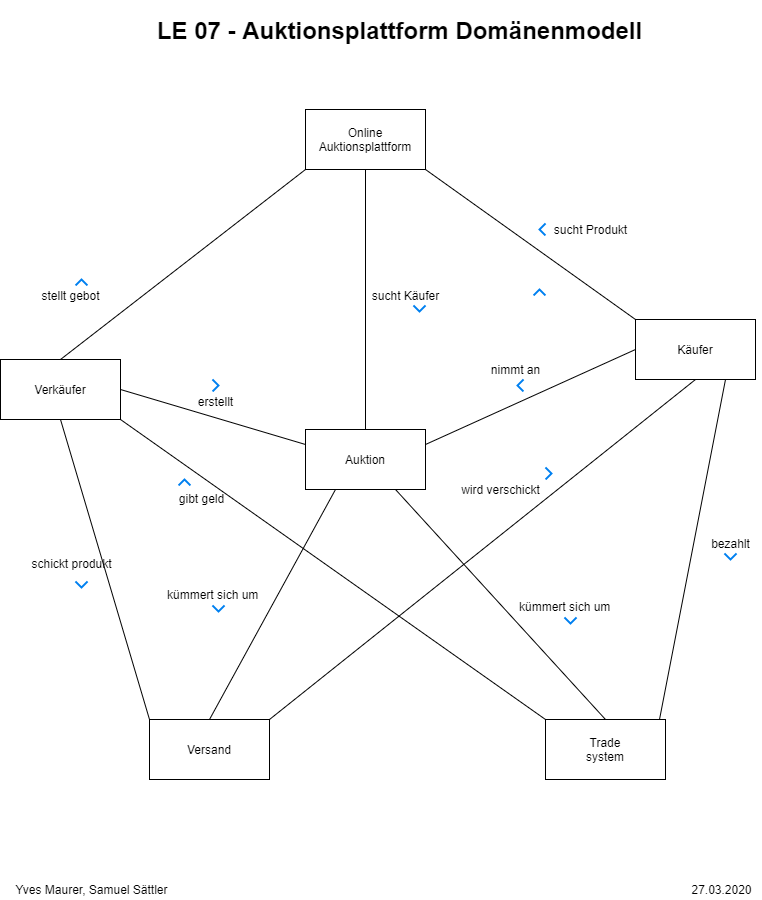
This is LE07/LE07.png from samuelsaettler/uek_MaurerSaettler, a draw.io export, as it was before one commit. Source tidied: cells renumbered, new cells last; positions are measured from the earlier drawing's top-left corner, leaving out a move shared by most shapes.
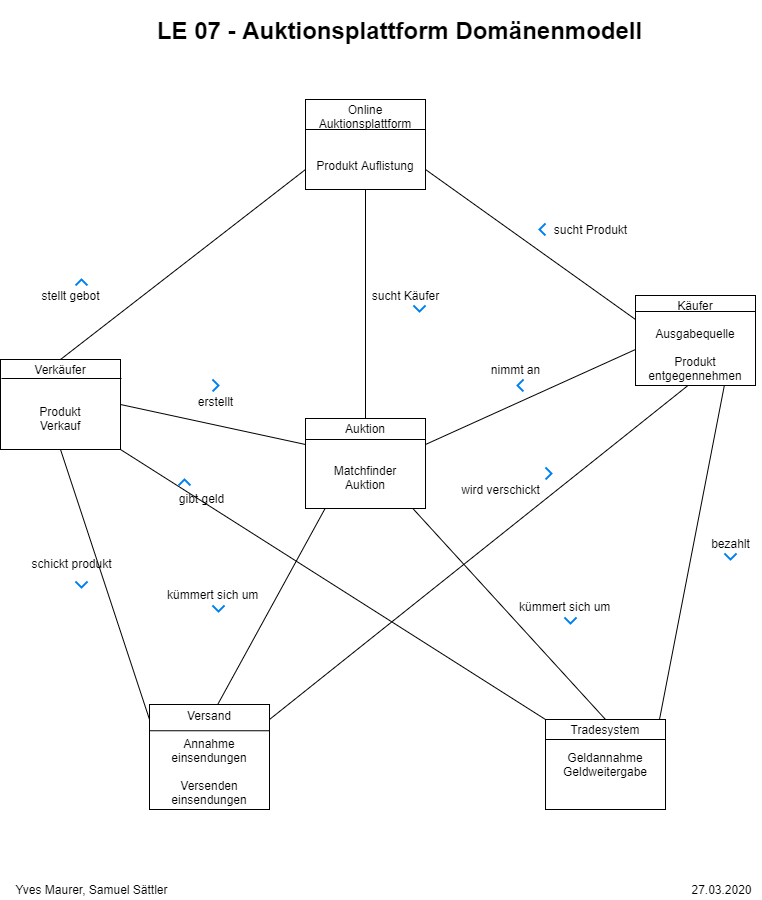
After the commit.

What changed in the source:
```diff
@@ -2,47 +2,37 @@
   <root>
     <mxCell id="0" />
     <mxCell id="1" parent="0" />
-    <mxCell id="2" value="Online Auktionsplattform" style="rounded=0;whiteSpace=wrap;html=1;" parent="1" vertex="1">
-      <mxGeometry x="305" y="104" width="120" height="60" as="geometry" />
-    </mxCell>
-    <mxCell id="3" value="Verkäufer" style="rounded=0;whiteSpace=wrap;html=1;" parent="1" vertex="1">
-      <mxGeometry y="354" width="120" height="60" as="geometry" />
+    <mxCell id="3" value="Verkäufer&lt;br&gt;&lt;br&gt;&lt;br&gt;Produkt&lt;br&gt;Verkauf&lt;br&gt;&lt;br&gt;" style="rounded=0;whiteSpace=wrap;html=1;" parent="1" vertex="1">
+      <mxGeometry y="354" width="120" height="90" as="geometry" />
     </mxCell>
-    <mxCell id="4" style="endArrow=none;html=1;exitX=0.5;exitY=0;exitDx=0;exitDy=0;entryX=0;entryY=1;entryDx=0;entryDy=0;" parent="1" edge="1" source="3" target="2">
-      <mxGeometry relative="1" as="geometry" />
+    <mxCell id="4" style="endArrow=none;html=1;exitX=0.5;exitY=0;exitDx=0;exitDy=0;entryX=0;entryY=1;entryDx=0;entryDy=0;" parent="1" edge="1" source="3">
+      <mxGeometry relative="1" as="geometry">
+        <mxPoint x="305" y="164" as="targetPoint" />
+      </mxGeometry>
     </mxCell>
-    <mxCell id="5" value="Käufer" style="rounded=0;whiteSpace=wrap;html=1;" parent="1" vertex="1">
-      <mxGeometry x="635" y="314" width="120" height="60" as="geometry" />
-    </mxCell>
-    <mxCell id="6" style="endArrow=none;html=1;exitX=1;exitY=1;exitDx=0;exitDy=0;entryX=0;entryY=0;entryDx=0;entryDy=0;" parent="1" edge="1" source="2" target="5">
-      <mxGeometry relative="1" as="geometry" />
+    <mxCell id="6" style="endArrow=none;html=1;exitX=1;exitY=1;exitDx=0;exitDy=0;entryX=0;entryY=0;entryDx=0;entryDy=0;" parent="1" edge="1">
+      <mxGeometry relative="1" as="geometry">
+        <mxPoint x="425" y="164" as="sourcePoint" />
+        <mxPoint x="635" y="314" as="targetPoint" />
+      </mxGeometry>
     </mxCell>
-    <mxCell id="7" value="Trade&lt;br&gt;system" style="rounded=0;whiteSpace=wrap;html=1;" parent="1" vertex="1">
-      <mxGeometry x="545" y="714" width="120" height="60" as="geometry" />
-    </mxCell>
-    <mxCell id="8" value="Versand" style="rounded=0;whiteSpace=wrap;html=1;" parent="1" vertex="1">
-      <mxGeometry x="149" y="714" width="120" height="60" as="geometry" />
-    </mxCell>
     <mxCell id="9" value="stellt gebot" style="text;html=1;align=center;verticalAlign=middle;" parent="1" vertex="1">
       <mxGeometry x="35" y="280" width="70" height="20" as="geometry" />
     </mxCell>
     <mxCell id="10" style="html=1;verticalLabelPosition=bottom;labelBackgroundColor=#ffffff;verticalAlign=top;shadow=0;dashed=0;strokeWidth=2;shape=mxgraph.ios7.misc.up;strokeColor=#0080f0;" parent="1" vertex="1">
       <mxGeometry x="75" y="274" width="12" height="6" as="geometry" />
     </mxCell>
-    <mxCell id="11" style="html=1;verticalLabelPosition=bottom;labelBackgroundColor=#ffffff;verticalAlign=top;shadow=0;dashed=0;strokeWidth=2;shape=mxgraph.ios7.misc.up;strokeColor=#0080f0;" parent="1" vertex="1">
-      <mxGeometry x="533" y="284" width="12" height="6" as="geometry" />
-    </mxCell>
     <mxCell id="12" value="sucht Produkt" style="text;html=1;align=center;verticalAlign=middle;" parent="1" vertex="1">
       <mxGeometry x="545" y="214" width="90" height="20" as="geometry" />
     </mxCell>
     <mxCell id="13" style="html=1;verticalLabelPosition=bottom;labelBackgroundColor=#ffffff;verticalAlign=top;shadow=0;dashed=0;strokeWidth=2;shape=mxgraph.ios7.misc.left;strokeColor=#0080f0;" parent="1" vertex="1">
       <mxGeometry x="539" y="218" width="6" height="12" as="geometry" />
     </mxCell>
-    <mxCell id="14" value="Auktion" style="rounded=0;whiteSpace=wrap;html=1;" parent="1" vertex="1">
-      <mxGeometry x="305" y="424" width="120" height="60" as="geometry" />
-    </mxCell>
-    <mxCell id="15" style="endArrow=none;html=1;entryX=0.5;entryY=1;entryDx=0;entryDy=0;exitX=0.5;exitY=0;exitDx=0;exitDy=0;" parent="1" edge="1" source="14" target="2">
-      <mxGeometry relative="1" as="geometry" />
+    <mxCell id="15" style="endArrow=none;html=1;entryX=0.5;entryY=1;entryDx=0;entryDy=0;exitX=0.5;exitY=0;exitDx=0;exitDy=0;" parent="1" edge="1">
+      <mxGeometry relative="1" as="geometry">
+        <mxPoint x="365" y="424" as="sourcePoint" />
+        <mxPoint x="365" y="164" as="targetPoint" />
+      </mxGeometry>
     </mxCell>
     <mxCell id="16" value="sucht Käufer" style="text;html=1;align=center;verticalAlign=middle;" parent="1" vertex="1">
       <mxGeometry x="365" y="280" width="80" height="20" as="geometry" />
@@ -50,14 +40,19 @@
     <mxCell id="17" style="html=1;verticalLabelPosition=bottom;labelBackgroundColor=#ffffff;verticalAlign=top;shadow=0;dashed=0;strokeWidth=2;shape=mxgraph.ios7.misc.down;strokeColor=#0080f0;" parent="1" vertex="1">
       <mxGeometry x="413" y="300" width="12" height="6" as="geometry" />
     </mxCell>
-    <mxCell id="18" style="endArrow=none;html=1;exitX=1;exitY=0.25;exitDx=0;exitDy=0;entryX=0;entryY=0.5;entryDx=0;entryDy=0;" parent="1" edge="1" source="14" target="5">
-      <mxGeometry relative="1" as="geometry" />
+    <mxCell id="18" style="endArrow=none;html=1;exitX=1;exitY=0.25;exitDx=0;exitDy=0;entryX=0;entryY=0.5;entryDx=0;entryDy=0;" parent="1" edge="1">
+      <mxGeometry relative="1" as="geometry">
+        <mxPoint x="425" y="439" as="sourcePoint" />
+        <mxPoint x="635" y="344" as="targetPoint" />
+      </mxGeometry>
     </mxCell>
     <mxCell id="19" value="nimmt an" style="text;html=1;align=center;verticalAlign=middle;" parent="1" vertex="1">
       <mxGeometry x="485" y="354" width="60" height="20" as="geometry" />
     </mxCell>
-    <mxCell id="20" style="endArrow=none;html=1;exitX=1;exitY=0.5;exitDx=0;exitDy=0;entryX=0;entryY=0.25;entryDx=0;entryDy=0;" parent="1" edge="1" source="3" target="14">
-      <mxGeometry relative="1" as="geometry" />
+    <mxCell id="20" style="endArrow=none;html=1;exitX=1;exitY=0.5;exitDx=0;exitDy=0;entryX=0;entryY=0.25;entryDx=0;entryDy=0;" parent="1" edge="1" source="3">
+      <mxGeometry relative="1" as="geometry">
+        <mxPoint x="305" y="439" as="targetPoint" />
+      </mxGeometry>
     </mxCell>
     <mxCell id="21" value="erstellt" style="text;html=1;align=center;verticalAlign=middle;" parent="1" vertex="1">
       <mxGeometry x="190" y="386" width="50" height="20" as="geometry" />
@@ -68,29 +63,45 @@
     <mxCell id="23" style="html=1;verticalLabelPosition=bottom;labelBackgroundColor=#ffffff;verticalAlign=top;shadow=0;dashed=0;strokeWidth=2;shape=mxgraph.ios7.misc.left;strokeColor=#0080f0;" parent="1" vertex="1">
       <mxGeometry x="517" y="374" width="6" height="12" as="geometry" />
     </mxCell>
-    <mxCell id="24" style="endArrow=none;html=1;entryX=0.25;entryY=1;entryDx=0;entryDy=0;exitX=0.5;exitY=0;exitDx=0;exitDy=0;" parent="1" edge="1" source="8" target="14">
-      <mxGeometry relative="1" as="geometry" />
+    <mxCell id="24" style="endArrow=none;html=1;entryX=0.25;entryY=1;entryDx=0;entryDy=0;exitX=0.5;exitY=0;exitDx=0;exitDy=0;" parent="1" edge="1">
+      <mxGeometry relative="1" as="geometry">
+        <mxPoint x="209" y="714" as="sourcePoint" />
+        <mxPoint x="335" y="484" as="targetPoint" />
+      </mxGeometry>
     </mxCell>
     <mxCell id="25" value="kümmert sich um" style="text;html=1;" parent="1" vertex="1">
       <mxGeometry x="165" y="576" width="120" height="30" as="geometry" />
     </mxCell>
-    <mxCell id="26" style="endArrow=none;html=1;entryX=0.75;entryY=1;entryDx=0;entryDy=0;exitX=0.5;exitY=0;exitDx=0;exitDy=0;" parent="1" edge="1" source="7" target="14">
-      <mxGeometry relative="1" as="geometry" />
+    <mxCell id="26" style="endArrow=none;html=1;entryX=0.75;entryY=1;entryDx=0;entryDy=0;exitX=0.5;exitY=0;exitDx=0;exitDy=0;" parent="1" edge="1">
+      <mxGeometry relative="1" as="geometry">
+        <mxPoint x="605" y="714" as="sourcePoint" />
+        <mxPoint x="395" y="484" as="targetPoint" />
+      </mxGeometry>
     </mxCell>
     <mxCell id="27" style="html=1;verticalLabelPosition=bottom;labelBackgroundColor=#ffffff;verticalAlign=top;shadow=0;dashed=0;strokeWidth=2;shape=mxgraph.ios7.misc.down;strokeColor=#0080f0;" parent="1" vertex="1">
       <mxGeometry x="212" y="600" width="12" height="6" as="geometry" />
     </mxCell>
-    <mxCell id="28" style="endArrow=none;html=1;exitX=0;exitY=0;exitDx=0;exitDy=0;entryX=0.5;entryY=1;entryDx=0;entryDy=0;" parent="1" edge="1" source="8" target="3">
-      <mxGeometry relative="1" as="geometry" />
+    <mxCell id="28" style="endArrow=none;html=1;exitX=0;exitY=0;exitDx=0;exitDy=0;entryX=0.5;entryY=1;entryDx=0;entryDy=0;" parent="1" edge="1" target="3">
+      <mxGeometry relative="1" as="geometry">
+        <mxPoint x="149" y="714" as="sourcePoint" />
+      </mxGeometry>
     </mxCell>
-    <mxCell id="29" style="endArrow=none;html=1;exitX=1;exitY=0;exitDx=0;exitDy=0;entryX=0.5;entryY=1;entryDx=0;entryDy=0;" parent="1" edge="1" source="8" target="5">
-      <mxGeometry relative="1" as="geometry" />
+    <mxCell id="29" style="endArrow=none;html=1;exitX=1;exitY=0;exitDx=0;exitDy=0;entryX=0.5;entryY=1;entryDx=0;entryDy=0;" parent="1" edge="1">
+      <mxGeometry relative="1" as="geometry">
+        <mxPoint x="269" y="714" as="sourcePoint" />
+        <mxPoint x="695" y="374" as="targetPoint" />
+      </mxGeometry>
     </mxCell>
-    <mxCell id="30" style="endArrow=none;html=1;entryX=0;entryY=0;entryDx=0;entryDy=0;exitX=1;exitY=1;exitDx=0;exitDy=0;" parent="1" edge="1" source="3" target="7">
-      <mxGeometry relative="1" as="geometry" />
+    <mxCell id="30" style="endArrow=none;html=1;entryX=0;entryY=0;entryDx=0;entryDy=0;exitX=1;exitY=1;exitDx=0;exitDy=0;" parent="1" edge="1" source="3">
+      <mxGeometry relative="1" as="geometry">
+        <mxPoint x="545" y="714" as="targetPoint" />
+      </mxGeometry>
     </mxCell>
-    <mxCell id="31" style="endArrow=none;html=1;exitX=0.95;exitY=0;exitDx=0;exitDy=0;exitPerimeter=0;entryX=0.75;entryY=1;entryDx=0;entryDy=0;" parent="1" edge="1" source="7" target="5">
-      <mxGeometry relative="1" as="geometry" />
+    <mxCell id="31" style="endArrow=none;html=1;exitX=0.95;exitY=0;exitDx=0;exitDy=0;exitPerimeter=0;entryX=0.75;entryY=1;entryDx=0;entryDy=0;" parent="1" edge="1">
+      <mxGeometry relative="1" as="geometry">
+        <mxPoint x="659" y="714" as="sourcePoint" />
+        <mxPoint x="725" y="374" as="targetPoint" />
+      </mxGeometry>
     </mxCell>
     <mxCell id="32" value="wird verschickt" style="text;html=1;align=center;verticalAlign=middle;" parent="1" vertex="1">
       <mxGeometry x="455" y="474" width="90" height="20" as="geometry" />
@@ -131,5 +142,53 @@
     <mxCell id="44" value="27.03.2020" style="text;html=1;align=center;verticalAlign=middle;" parent="1" vertex="1">
       <mxGeometry x="681" y="874" width="80" height="20" as="geometry" />
     </mxCell>
+    <mxCell id="45" value="Auktion&lt;br&gt;&lt;br&gt;&lt;br&gt;Matchfinder&lt;br&gt;Auktion&lt;br&gt;&lt;br&gt;" style="rounded=0;whiteSpace=wrap;html=1;" parent="1" vertex="1">
+      <mxGeometry x="305" y="413" width="120" height="90" as="geometry" />
+    </mxCell>
+    <mxCell id="46" value="Versand&lt;br&gt;&lt;br&gt;Annahme einsendungen&lt;br&gt;&lt;br&gt;Versenden&lt;br&gt;einsendungen&lt;br&gt;" style="rounded=0;whiteSpace=wrap;html=1;" parent="1" vertex="1">
+      <mxGeometry x="149" y="699" width="120" height="105" as="geometry" />
+    </mxCell>
+    <mxCell id="47" value="Tradesystem&lt;br&gt;&lt;br&gt;Geldannahme&lt;br&gt;Geldweitergabe&lt;br&gt;&lt;br&gt;&lt;br&gt;" style="rounded=0;whiteSpace=wrap;html=1;" parent="1" vertex="1">
+      <mxGeometry x="545" y="714" width="120" height="90" as="geometry" />
+    </mxCell>
+    <mxCell id="48" value="Käufer&lt;br&gt;&lt;br&gt;Ausgabequelle&lt;br&gt;&lt;br&gt;Produkt entgegennehmen&lt;br&gt;" style="rounded=0;whiteSpace=wrap;html=1;" parent="1" vertex="1">
+      <mxGeometry x="635" y="290" width="120" height="90" as="geometry" />
+    </mxCell>
+    <mxCell id="49" value="Online Auktionsplattform&lt;br&gt;&lt;br&gt;&lt;br&gt;Produkt Auflistung&lt;br&gt;&lt;br&gt;" style="rounded=0;whiteSpace=wrap;html=1;" parent="1" vertex="1">
+      <mxGeometry x="305" y="94" width="120" height="90" as="geometry" />
+    </mxCell>
+    <mxCell id="50" style="endArrow=none;html=1;exitX=0;exitY=0.25;exitDx=0;exitDy=0;entryX=1;entryY=0.25;entryDx=0;entryDy=0;" parent="1" edge="1" source="46" target="46">
+      <mxGeometry relative="1" as="geometry" />
+    </mxCell>
+    <mxCell id="51" style="endArrow=none;html=1;exitX=0;exitY=0.25;exitDx=0;exitDy=0;entryX=1;entryY=0.25;entryDx=0;entryDy=0;" parent="1" edge="1">
+      <mxGeometry relative="1" as="geometry">
+        <mxPoint x="1" y="373" as="sourcePoint" />
+        <mxPoint x="121" y="373" as="targetPoint" />
+      </mxGeometry>
+    </mxCell>
+    <mxCell id="52" style="endArrow=none;html=1;exitX=0;exitY=0.25;exitDx=0;exitDy=0;entryX=1;entryY=0.25;entryDx=0;entryDy=0;" parent="1" edge="1">
+      <mxGeometry relative="1" as="geometry">
+        <mxPoint x="545" y="734" as="sourcePoint" />
+        <mxPoint x="665" y="734" as="targetPoint" />
+      </mxGeometry>
+    </mxCell>
+    <mxCell id="53" style="endArrow=none;html=1;exitX=0;exitY=0.25;exitDx=0;exitDy=0;entryX=1;entryY=0.25;entryDx=0;entryDy=0;" parent="1" edge="1">
+      <mxGeometry relative="1" as="geometry">
+        <mxPoint x="635" y="306" as="sourcePoint" />
+        <mxPoint x="755" y="306" as="targetPoint" />
+      </mxGeometry>
+    </mxCell>
+    <mxCell id="54" style="endArrow=none;html=1;exitX=0;exitY=0.25;exitDx=0;exitDy=0;entryX=1;entryY=0.25;entryDx=0;entryDy=0;" parent="1" edge="1">
+      <mxGeometry relative="1" as="geometry">
+        <mxPoint x="305" y="124" as="sourcePoint" />
+        <mxPoint x="425" y="124" as="targetPoint" />
+      </mxGeometry>
+    </mxCell>
+    <mxCell id="55" style="endArrow=none;html=1;exitX=0;exitY=0.25;exitDx=0;exitDy=0;entryX=1;entryY=0.25;entryDx=0;entryDy=0;" parent="1" edge="1">
+      <mxGeometry relative="1" as="geometry">
+        <mxPoint x="305" y="434" as="sourcePoint" />
+        <mxPoint x="425" y="434" as="targetPoint" />
+      </mxGeometry>
+    </mxCell>
   </root>
 </mxGraphModel>
```
